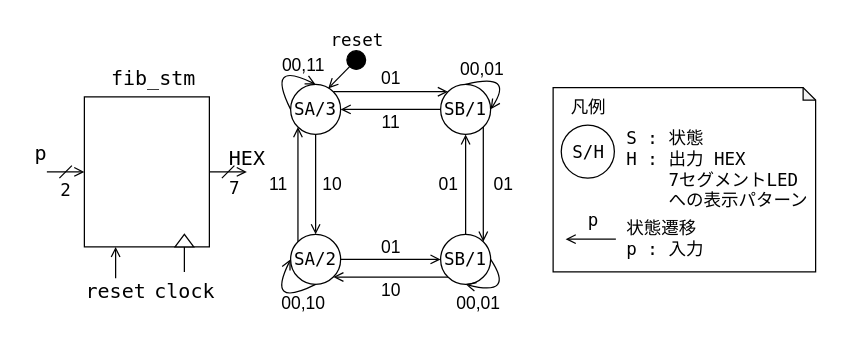
Earlier version of the draw.io diagram src/assets/fib_stm.drawio (rikitoro/GE4_EmbeddedSystemsIII_2025). Source tidied: cells renumbered, new cells numbered last; positions are measured from the earlier drawing's top-left corner, leaving out a move shared by most shapes. Both pictures are drawn from the tidied source at 125%, with x=0, y=0 at pixel (21, 21).
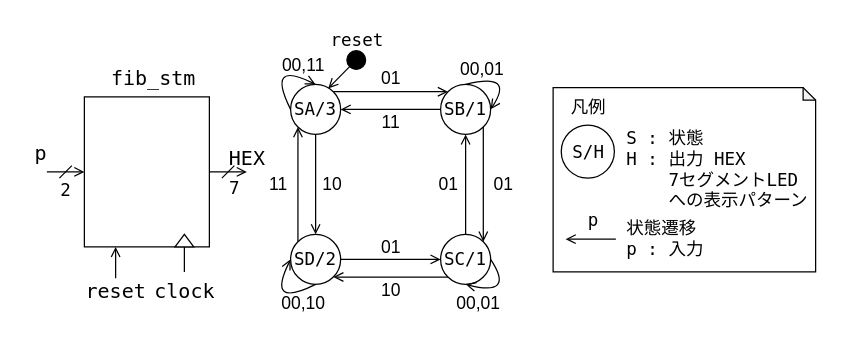
The same diagram, later.

The change refers to these unchanged cells:
```xml
<mxCell id="24" style="group;" parent="1" vertex="1">
  <mxGeometry x="185" width="220" height="240" as="geometry" />
</mxCell>
```

Diff of the diagram source:
```diff
@@
-    <mxCell id="34" value="SB/1" style="ellipse;whiteSpace=wrap;html=1;fontFamily=Lucida Console;fontSize=14;fontColor=default;labelBackgroundColor=none;" parent="24" vertex="1">
+    <mxCell id="34" value="SC/1" style="ellipse;whiteSpace=wrap;html=1;fontFamily=Lucida Console;fontSize=14;fontColor=default;labelBackgroundColor=none;" parent="24" vertex="1">
       <mxGeometry x="150" y="170" width="40" height="40" as="geometry" />
     </mxCell>
@@
-    <mxCell id="37" value="SA/2" style="ellipse;whiteSpace=wrap;html=1;fontFamily=Lucida Console;fontSize=14;fontColor=default;labelBackgroundColor=none;" parent="24" vertex="1">
+    <mxCell id="37" value="SD/2" style="ellipse;whiteSpace=wrap;html=1;fontFamily=Lucida Console;fontSize=14;fontColor=default;labelBackgroundColor=none;" parent="24" vertex="1">
       <mxGeometry x="30" y="170" width="40" height="40" as="geometry" />
     </mxCell>
```
